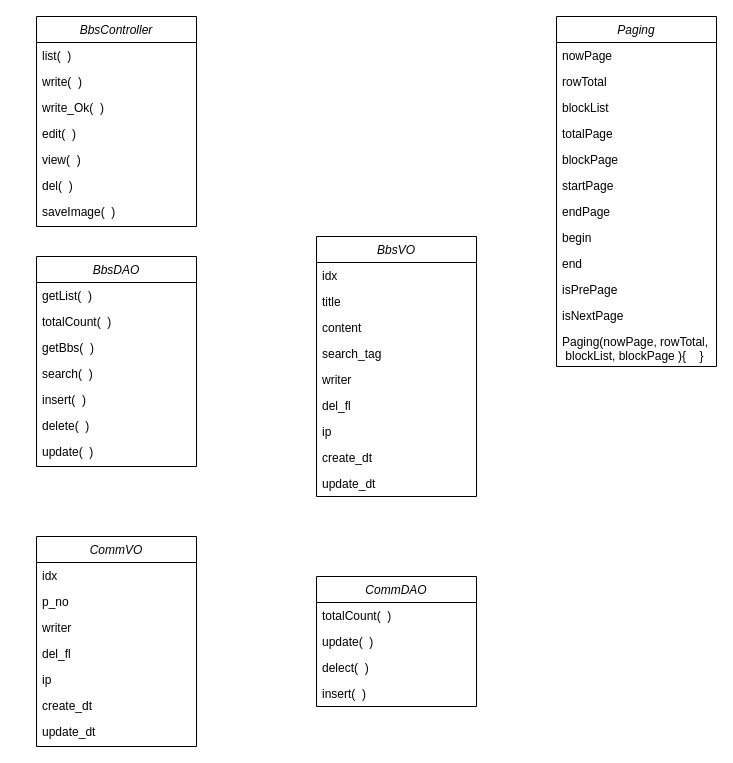
Before: Medinote_ClassDiagram.drawio in byunmj24/MyStudy, a draw.io diagram. Source tidied: cells renumbered, new cells numbered last; positions are measured from the earlier drawing's top-left corner, leaving out a move shared by most shapes. Both pictures are drawn from the tidied source at 100%, with x=0, y=0 at pixel (36, 16).
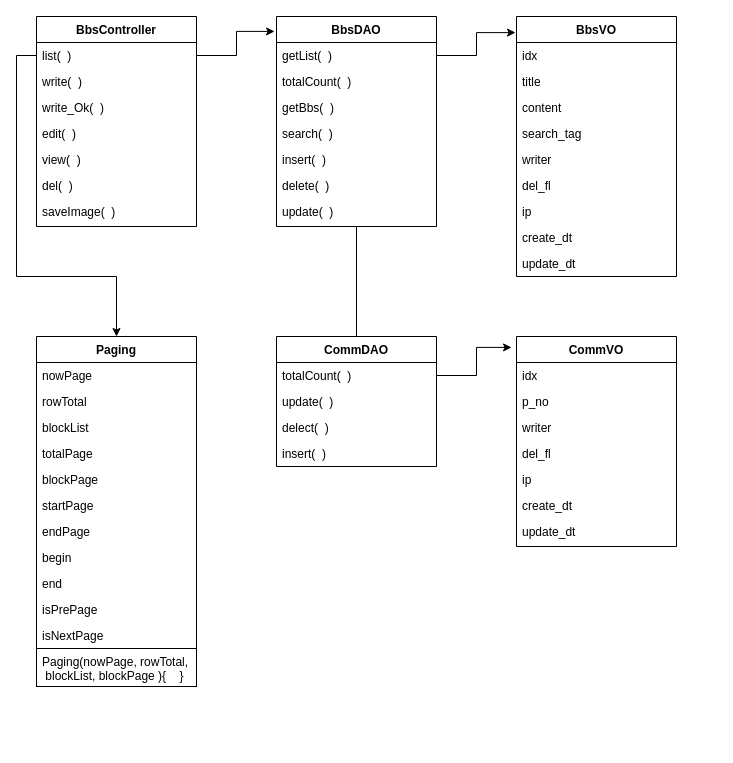
The same diagram, later.

The change refers to these unchanged cells:
```xml
<mxCell id="3" value="list(  )" style="text;align=left;verticalAlign=top;spacingLeft=4;spacingRight=4;overflow=hidden;points=[[0,0.5],[1,0.5]];portConstraint=eastwest;" parent="2" vertex="1">
  <mxGeometry y="26" width="160" height="26" as="geometry" />
</mxCell>
<mxCell id="11" value="getList(  )" style="text;align=left;verticalAlign=top;spacingLeft=4;spacingRight=4;overflow=hidden;points=[[0,0.5],[1,0.5]];portConstraint=eastwest;" parent="10" vertex="1">
  <mxGeometry y="26" width="160" height="26" as="geometry" />
</mxCell>
<mxCell id="37" value="totalCount(  )" style="text;align=left;verticalAlign=top;spacingLeft=4;spacingRight=4;overflow=hidden;points=[[0,0.5],[1,0.5]];portConstraint=eastwest;" parent="36" vertex="1">
  <mxGeometry y="26" width="160" height="26" as="geometry" />
</mxCell>
```

Diff of the diagram source:
```diff
@@
-    <mxCell id="2" value="BbsController" style="swimlane;fontStyle=2;align=center;verticalAlign=top;horizontal=1;startSize=26;rounded=0;shadow=0;strokeWidth=1;" parent="1" vertex="1">
+    <mxCell id="2" value="BbsController" style="swimlane;fontStyle=1;align=center;verticalAlign=top;horizontal=1;startSize=26;rounded=0;shadow=0;strokeWidth=1;" parent="1" vertex="1">
       <mxGeometry width="160" height="210" as="geometry" />
     </mxCell>
@@
-    <mxCell id="10" value="BbsDAO" style="swimlane;fontStyle=2;align=center;verticalAlign=top;horizontal=1;startSize=26;rounded=0;shadow=0;strokeWidth=1;" parent="1" vertex="1">
-      <mxGeometry y="240" width="160" height="210" as="geometry" />
+    <mxCell id="10" value="BbsDAO" style="swimlane;fontStyle=1;align=center;verticalAlign=top;horizontal=1;startSize=26;rounded=0;shadow=0;strokeWidth=1;" parent="1" vertex="1">
+      <mxGeometry x="240" width="160" height="210" as="geometry" />
     </mxCell>
@@
-    <mxCell id="18" value="BbsVO" style="swimlane;fontStyle=2;align=center;verticalAlign=top;horizontal=1;startSize=26;rounded=0;shadow=0;strokeWidth=1;" parent="1" vertex="1">
-      <mxGeometry x="280" y="220" width="160" height="260" as="geometry" />
+    <mxCell id="18" value="BbsVO" style="swimlane;fontStyle=1;align=center;verticalAlign=top;horizontal=1;startSize=26;rounded=0;shadow=0;strokeWidth=1;" parent="1" vertex="1">
+      <mxGeometry x="480" width="160" height="260" as="geometry" />
     </mxCell>
@@
-    <mxCell id="28" value="CommVO" style="swimlane;fontStyle=2;align=center;verticalAlign=top;horizontal=1;startSize=26;rounded=0;shadow=0;strokeWidth=1;" parent="1" vertex="1">
-      <mxGeometry y="520" width="160" height="210" as="geometry" />
+    <mxCell id="28" value="CommVO" style="swimlane;fontStyle=1;align=center;verticalAlign=top;horizontal=1;startSize=26;rounded=0;shadow=0;strokeWidth=1;" parent="1" vertex="1">
+      <mxGeometry x="480" y="320" width="160" height="210" as="geometry" />
     </mxCell>
@@
-    <mxCell id="36" value="CommDAO" style="swimlane;fontStyle=2;align=center;verticalAlign=top;horizontal=1;startSize=26;rounded=0;shadow=0;strokeWidth=1;" parent="1" vertex="1">
-      <mxGeometry x="280" y="560" width="160" height="130" as="geometry" />
+    <mxCell id="36" value="CommDAO" style="swimlane;fontStyle=1;align=center;verticalAlign=top;horizontal=1;startSize=26;rounded=0;shadow=0;strokeWidth=1;" parent="1" vertex="1">
+      <mxGeometry x="240" y="320" width="160" height="130" as="geometry" />
     </mxCell>
@@
-    <mxCell id="41" value="Paging" style="swimlane;fontStyle=2;align=center;verticalAlign=top;horizontal=1;startSize=26;rounded=0;shadow=0;strokeWidth=1;" parent="1" vertex="1">
-      <mxGeometry x="520" width="160" height="350" as="geometry" />
+    <mxCell id="41" value="Paging" style="swimlane;fontStyle=1;align=center;verticalAlign=top;horizontal=1;startSize=26;rounded=0;shadow=0;strokeWidth=1;" parent="1" vertex="1">
+      <mxGeometry y="320" width="160" height="350" as="geometry" />
     </mxCell>
@@
-    <mxCell id="53" value="Paging(nowPage, rowTotal,&#10; blockList, blockPage ){    }" style="text;align=left;verticalAlign=top;spacingLeft=4;spacingRight=4;overflow=hidden;" parent="41" vertex="1">
+    <mxCell id="53" value="Paging(nowPage, rowTotal,&#10; blockList, blockPage ){    }" style="text;align=left;verticalAlign=top;spacingLeft=4;spacingRight=4;overflow=hidden;strokeColor=#000000;" parent="41" vertex="1">
       <mxGeometry y="312" width="160" height="38" as="geometry" />
     </mxCell>
+    <mxCell id="54" style="edgeStyle=orthogonalEdgeStyle;rounded=0;jettySize=auto;html=1;exitX=1;exitY=0.5;exitDx=0;exitDy=0;entryX=-0.012;entryY=0.071;entryDx=0;entryDy=0;entryPerimeter=0;" parent="1" edge="1" source="3" target="10">
+      <mxGeometry relative="1" as="geometry" />
+    </mxCell>
+    <mxCell id="55" style="edgeStyle=orthogonalEdgeStyle;rounded=0;jettySize=auto;html=1;exitX=1;exitY=0.5;exitDx=0;exitDy=0;entryX=-0.006;entryY=0.062;entryDx=0;entryDy=0;entryPerimeter=0;" parent="1" edge="1" source="11" target="18">
+      <mxGeometry relative="1" as="geometry" />
+    </mxCell>
+    <mxCell id="56" style="edgeStyle=orthogonalEdgeStyle;rounded=0;jettySize=auto;html=1;exitX=1;exitY=0.5;exitDx=0;exitDy=0;entryX=-0.031;entryY=0.052;entryDx=0;entryDy=0;entryPerimeter=0;" parent="1" edge="1" source="37" target="28">
+      <mxGeometry relative="1" as="geometry" />
+    </mxCell>
+    <mxCell id="57" style="endArrow=none;html=1;entryX=0.5;entryY=1;entryDx=0;entryDy=0;exitX=0.5;exitY=0;exitDx=0;exitDy=0;exitPerimeter=0;" parent="1" edge="1" source="36" target="10">
+      <mxGeometry relative="1" as="geometry" />
+    </mxCell>
+    <mxCell id="58" style="edgeStyle=orthogonalEdgeStyle;rounded=0;jettySize=auto;html=1;exitX=0;exitY=0.5;exitDx=0;exitDy=0;" parent="1" edge="1" source="3" target="41">
+      <mxGeometry relative="1" as="geometry">
+        <Array as="points">
+          <mxPoint x="-20" y="39" />
+          <mxPoint x="-20" y="260" />
+          <mxPoint x="80" y="260" />
+        </Array>
+      </mxGeometry>
+    </mxCell>
```
